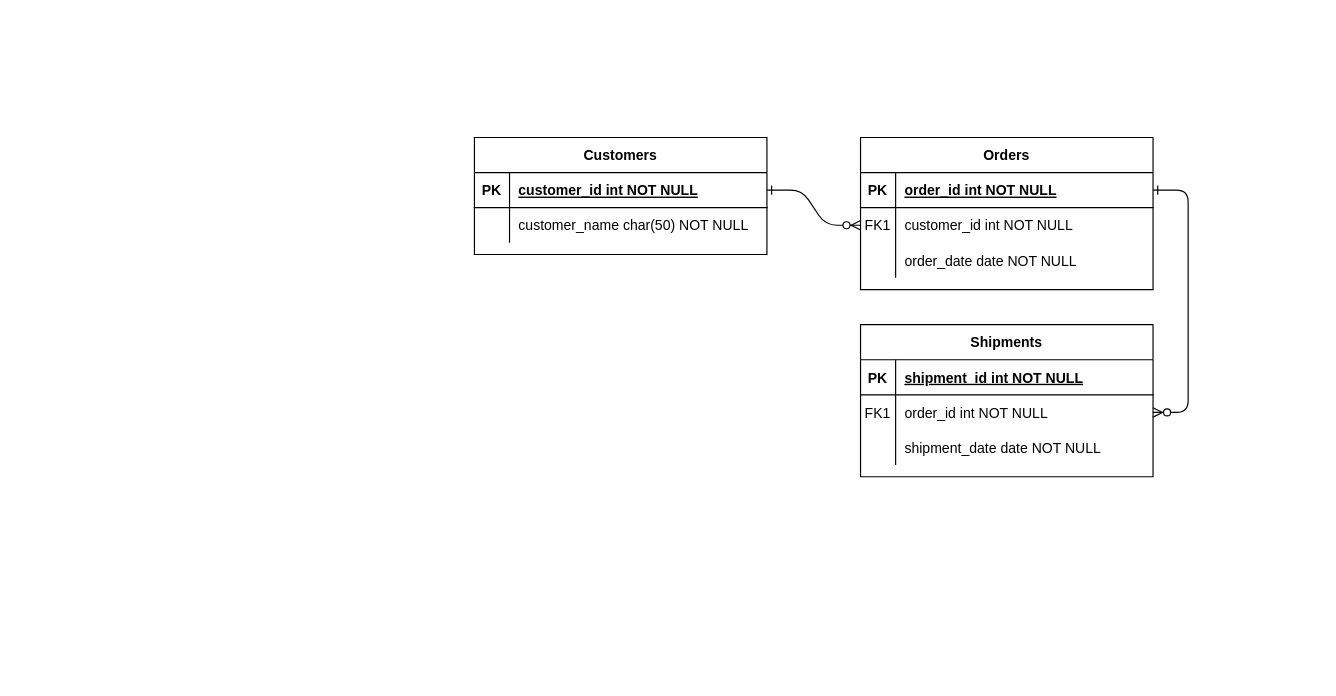
AiperiBaiastanova/test_project keeps this draw.io diagram as Untitled Diagram.drawio. Above is the earlier version. Source tidied: cells renumbered, new cells numbered last; positions are measured from the earlier drawing's top-left corner, leaving out a move shared by most shapes. Both pictures are drawn from the tidied source at 117%, with x=0, y=0 at pixel (474, 137).
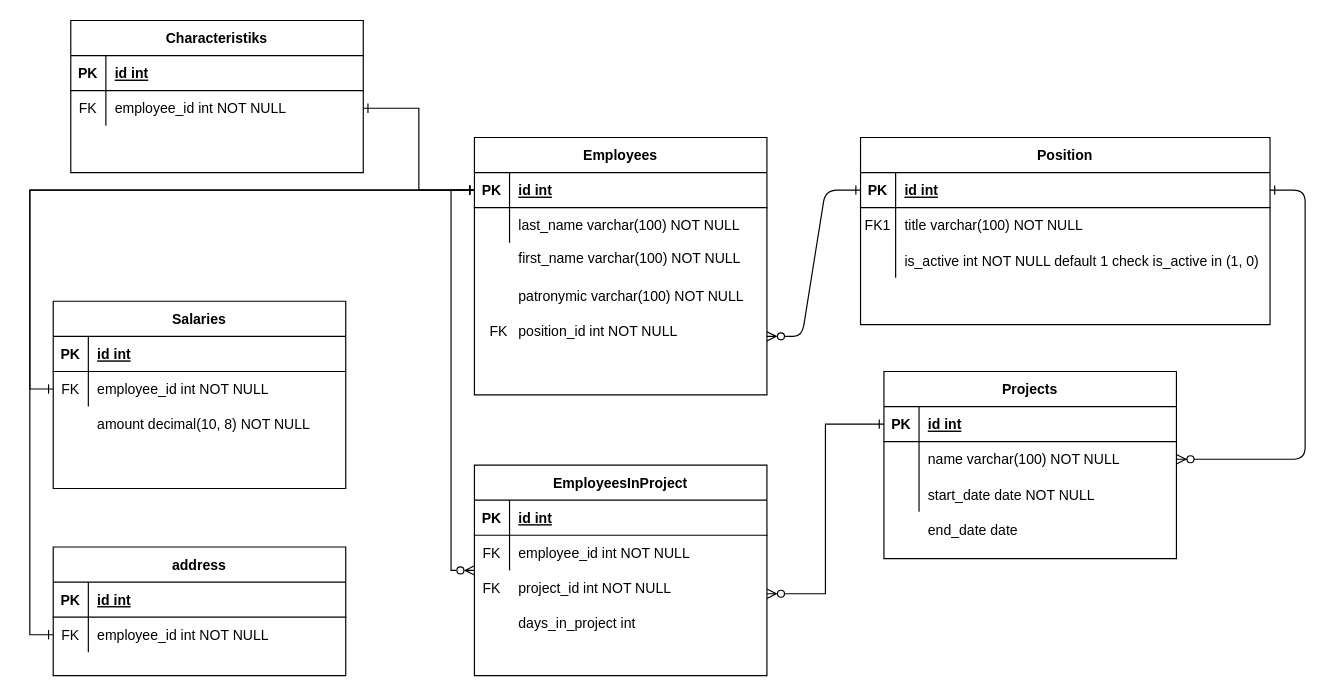
After the change.

The change refers to these unchanged cells:
```xml
<mxCell id="15" style="shape=partialRectangle;fillColor=none;points=[[0,0.5],[1,0.5]];portConstraint=eastwest;top=0;left=0;right=0;bottom=1;" parent="14" vertex="1">
  <mxGeometry y="30" width="250" height="30" as="geometry" />
</mxCell>
<mxCell id="18" style="shape=partialRectangle;fillColor=none;points=[[0,0.5],[1,0.5]];portConstraint=eastwest;top=0;left=0;right=0;bottom=0;" parent="14" vertex="1">
  <mxGeometry y="60" width="250" height="30" as="geometry" />
</mxCell>
<mxCell id="21" style="shape=partialRectangle;fillColor=none;top=0;left=0;right=0;bottom=0;" parent="14" vertex="1">
  <mxGeometry y="90" width="250" height="30" as="geometry" />
</mxCell>
<mxCell id="25" style="shape=partialRectangle;fillColor=none;points=[[0,0.5],[1,0.5]];portConstraint=eastwest;top=0;left=0;right=0;bottom=1;" parent="24" vertex="1">
  <mxGeometry y="30" width="250" height="30" as="geometry" />
</mxCell>
<mxCell id="28" style="shape=partialRectangle;fillColor=none;top=0;left=0;right=0;bottom=0;" parent="24" vertex="1">
  <mxGeometry y="60" width="250" height="30" as="geometry" />
</mxCell>
```

The edit, as a diff of the source:
```diff
@@
-    <mxCell id="2" style="edgeStyle=entityRelationEdgeStyle;endArrow=ERzeroToMany;startArrow=ERone;endFill=1;startFill=0;" parent="1" edge="1" source="25" target="8">
-      <mxGeometry relative="1" as="geometry" />
+    <mxCell id="2" style="edgeStyle=entityRelationEdgeStyle;endArrow=ERone;startArrow=ERzeroToMany;endFill=0;startFill=0;entryX=0;entryY=0.5;entryDx=0;entryDy=0;" parent="1" edge="1" target="5">
+      <mxGeometry relative="1" as="geometry">
+        <mxPoint x="250" y="170" as="sourcePoint" />
+      </mxGeometry>
     </mxCell>
@@
-    <mxCell id="4" value="Orders" style="shape=table;startSize=30;childLayout=tableLayout;rowLines=0;fontStyle=1;align=center;" parent="1" vertex="1">
-      <mxGeometry x="330" width="250" height="130" as="geometry" />
+    <mxCell id="4" value="Position" style="shape=table;startSize=30;childLayout=tableLayout;rowLines=0;fontStyle=1;align=center;" parent="1" vertex="1">
+      <mxGeometry x="330" width="350" height="160" as="geometry" />
     </mxCell>
     <mxCell id="5" style="shape=partialRectangle;fillColor=none;points=[[0,0.5],[1,0.5]];portConstraint=eastwest;top=0;left=0;right=0;bottom=1;" parent="4" vertex="1">
-      <mxGeometry y="30" width="250" height="30" as="geometry" />
+      <mxGeometry y="30" width="350" height="30" as="geometry" />
     </mxCell>
@@
-    <mxCell id="7" value="order_id int NOT NULL " style="shape=partialRectangle;overflow=hidden;fillColor=none;top=0;left=0;bottom=0;right=0;align=left;spacingLeft=6;fontStyle=5;" parent="5" vertex="1">
-      <mxGeometry x="30" width="220" height="30" as="geometry" />
+    <mxCell id="7" value="id int" style="shape=partialRectangle;overflow=hidden;fillColor=none;top=0;left=0;bottom=0;right=0;align=left;spacingLeft=6;fontStyle=5;" parent="5" vertex="1">
+      <mxGeometry x="30" width="320" height="30" as="geometry" />
     </mxCell>
     <mxCell id="8" style="shape=partialRectangle;fillColor=none;points=[[0,0.5],[1,0.5]];portConstraint=eastwest;top=0;left=0;right=0;bottom=0;" parent="4" vertex="1">
-      <mxGeometry y="60" width="250" height="30" as="geometry" />
+      <mxGeometry y="60" width="350" height="30" as="geometry" />
     </mxCell>
@@
-    <mxCell id="10" value="customer_id int NOT NULL" style="shape=partialRectangle;overflow=hidden;fillColor=none;top=0;left=0;bottom=0;right=0;align=left;spacingLeft=6;" parent="8" vertex="1">
-      <mxGeometry x="30" width="220" height="30" as="geometry" />
+    <mxCell id="10" value="title varchar(100) NOT NULL" style="shape=partialRectangle;overflow=hidden;fillColor=none;top=0;left=0;bottom=0;right=0;align=left;spacingLeft=6;" parent="8" vertex="1">
+      <mxGeometry x="30" width="320" height="30" as="geometry" />
     </mxCell>
     <mxCell id="11" style="shape=partialRectangle;fillColor=none;top=0;left=0;right=0;bottom=0;" parent="4" vertex="1">
-      <mxGeometry y="90" width="250" height="30" as="geometry" />
+      <mxGeometry y="90" width="350" height="30" as="geometry" />
     </mxCell>
@@
-    <mxCell id="13" value="order_date date NOT NULL" style="shape=partialRectangle;overflow=hidden;fillColor=none;top=0;left=0;bottom=0;right=0;align=left;spacingLeft=6;" parent="11" vertex="1">
-      <mxGeometry x="30" width="220" height="30" as="geometry" />
+    <mxCell id="13" style="shape=partialRectangle;overflow=hidden;fillColor=none;top=0;left=0;bottom=0;right=0;align=left;spacingLeft=6;" parent="11" vertex="1">
+      <mxGeometry x="30" width="320" height="30" as="geometry" />
     </mxCell>
-    <mxCell id="14" value="Shipments" style="shape=table;startSize=30;childLayout=tableLayout;rowLines=0;fontStyle=1;align=center;" parent="1" vertex="1">
-      <mxGeometry x="330" y="160" width="250" height="130" as="geometry" />
+    <mxCell id="14" value="Projects" style="shape=table;startSize=30;childLayout=tableLayout;rowLines=0;fontStyle=1;align=center;" parent="1" vertex="1">
+      <mxGeometry x="350" y="200" width="250" height="160" as="geometry" />
     </mxCell>
@@
-    <mxCell id="17" value="shipment_id int NOT NULL " style="shape=partialRectangle;overflow=hidden;fillColor=none;top=0;left=0;bottom=0;right=0;align=left;spacingLeft=6;fontStyle=5;" parent="15" vertex="1">
+    <mxCell id="17" value="id int" style="shape=partialRectangle;overflow=hidden;fillColor=none;top=0;left=0;bottom=0;right=0;align=left;spacingLeft=6;fontStyle=5;" parent="15" vertex="1">
       <mxGeometry x="30" width="220" height="30" as="geometry" />
     </mxCell>
@@
-    <mxCell id="19" value="FK1" style="shape=partialRectangle;overflow=hidden;fillColor=none;top=0;left=0;bottom=0;right=0;" parent="18" vertex="1">
+    <mxCell id="19" style="shape=partialRectangle;overflow=hidden;fillColor=none;top=0;left=0;bottom=0;right=0;" parent="18" vertex="1">
       <mxGeometry width="30" height="30" as="geometry" />
     </mxCell>
-    <mxCell id="20" value="order_id int NOT NULL" style="shape=partialRectangle;overflow=hidden;fillColor=none;top=0;left=0;bottom=0;right=0;align=left;spacingLeft=6;" parent="18" vertex="1">
+    <mxCell id="20" value="name varchar(100) NOT NULL" style="shape=partialRectangle;overflow=hidden;fillColor=none;top=0;left=0;bottom=0;right=0;align=left;spacingLeft=6;" parent="18" vertex="1">
       <mxGeometry x="30" width="220" height="30" as="geometry" />
     </mxCell>
@@
-    <mxCell id="23" value="shipment_date date NOT NULL" style="shape=partialRectangle;overflow=hidden;fillColor=none;top=0;left=0;bottom=0;right=0;align=left;spacingLeft=6;" parent="21" vertex="1">
+    <mxCell id="23" value="start_date date NOT NULL" style="shape=partialRectangle;overflow=hidden;fillColor=none;top=0;left=0;bottom=0;right=0;align=left;spacingLeft=6;" parent="21" vertex="1">
       <mxGeometry x="30" width="220" height="30" as="geometry" />
     </mxCell>
-    <mxCell id="24" value="Customers" style="shape=table;startSize=30;childLayout=tableLayout;rowLines=0;fontStyle=1;align=center;" parent="1" vertex="1">
-      <mxGeometry width="250" height="100" as="geometry" />
+    <mxCell id="24" value="Employees" style="shape=table;startSize=30;childLayout=tableLayout;rowLines=0;fontStyle=1;align=center;" parent="1" vertex="1">
+      <mxGeometry width="250" height="220" as="geometry" />
     </mxCell>
@@
-    <mxCell id="27" value="customer_id int NOT NULL " style="shape=partialRectangle;overflow=hidden;fillColor=none;top=0;left=0;bottom=0;right=0;align=left;spacingLeft=6;fontStyle=5;" parent="25" vertex="1">
+    <mxCell id="27" value="id int" style="shape=partialRectangle;overflow=hidden;fillColor=none;top=0;left=0;bottom=0;right=0;align=left;spacingLeft=6;fontStyle=5;" parent="25" vertex="1">
       <mxGeometry x="30" width="220" height="30" as="geometry" />
     </mxCell>
@@
-    <mxCell id="30" value="customer_name char(50) NOT NULL" style="shape=partialRectangle;overflow=hidden;fillColor=none;top=0;left=0;bottom=0;right=0;align=left;spacingLeft=6;" parent="28" vertex="1">
+    <mxCell id="30" value="last_name varchar(100) NOT NULL" style="shape=partialRectangle;overflow=hidden;fillColor=none;top=0;left=0;bottom=0;right=0;align=left;spacingLeft=6;" parent="28" vertex="1">
       <mxGeometry x="30" width="220" height="30" as="geometry" />
     </mxCell>
+    <mxCell id="31" value="first_name varchar(100) NOT NULL" style="text;whiteSpace=wrap;html=1;" parent="1" vertex="1">
+      <mxGeometry x="36" y="90" width="220" height="30" as="geometry" />
+    </mxCell>
+    <mxCell id="32" value="patronymic varchar(100) NOT NULL" style="shape=partialRectangle;overflow=hidden;fillColor=none;top=0;left=0;bottom=0;right=0;align=left;spacingLeft=6;" parent="1" vertex="1">
+      <mxGeometry x="30" y="120" width="210" height="30" as="geometry" />
+    </mxCell>
+    <mxCell id="33" value="position_id int NOT NULL " style="shape=partialRectangle;overflow=hidden;fillColor=none;top=0;left=0;bottom=0;right=0;align=left;spacingLeft=6;" parent="1" vertex="1">
+      <mxGeometry x="30" y="150" width="210" height="30" as="geometry" />
+    </mxCell>
+    <mxCell id="34" value="FK" style="shape=partialRectangle;overflow=hidden;fillColor=none;top=0;left=0;bottom=0;right=0;" parent="1" vertex="1">
+      <mxGeometry x="6" y="150" width="30" height="30" as="geometry" />
+    </mxCell>
+    <mxCell id="35" value="end_date date" style="shape=partialRectangle;overflow=hidden;fillColor=none;top=0;left=0;bottom=0;right=0;align=left;spacingLeft=6;" parent="1" vertex="1">
+      <mxGeometry x="380" y="320" width="220" height="30" as="geometry" />
+    </mxCell>
+    <mxCell id="36" value="EmployeesInProject" style="shape=table;startSize=30;childLayout=tableLayout;rowLines=0;fontStyle=1;align=center;" parent="1" vertex="1">
+      <mxGeometry y="280" width="250" height="180" as="geometry" />
+    </mxCell>
+    <mxCell id="37" style="shape=partialRectangle;fillColor=none;top=0;left=0;right=0;bottom=1;" parent="36" vertex="1">
+      <mxGeometry y="30" width="250" height="30" as="geometry" />
+    </mxCell>
+    <mxCell id="38" value="PK" style="shape=partialRectangle;overflow=hidden;fillColor=none;top=0;left=0;bottom=0;right=0;fontStyle=1;" parent="37" vertex="1">
+      <mxGeometry width="30" height="30" as="geometry" />
+    </mxCell>
+    <mxCell id="39" value="id int" style="shape=partialRectangle;overflow=hidden;fillColor=none;top=0;left=0;bottom=0;right=0;align=left;spacingLeft=6;fontStyle=5;" parent="37" vertex="1">
+      <mxGeometry x="30" width="220" height="30" as="geometry" />
+    </mxCell>
+    <mxCell id="40" style="shape=partialRectangle;fillColor=none;top=0;left=0;right=0;bottom=0;" parent="36" vertex="1">
+      <mxGeometry y="60" width="250" height="30" as="geometry" />
+    </mxCell>
+    <mxCell id="41" value="FK" style="shape=partialRectangle;overflow=hidden;fillColor=none;top=0;left=0;bottom=0;right=0;" parent="40" vertex="1">
+      <mxGeometry width="30" height="30" as="geometry" />
+    </mxCell>
+    <mxCell id="42" value="employee_id int NOT NULL" style="shape=partialRectangle;overflow=hidden;fillColor=none;top=0;left=0;bottom=0;right=0;align=left;spacingLeft=6;" parent="40" vertex="1">
+      <mxGeometry x="30" width="220" height="30" as="geometry" />
+    </mxCell>
+    <mxCell id="43" value="project_id int NOT NULL" style="shape=partialRectangle;overflow=hidden;fillColor=none;top=0;left=0;bottom=0;right=0;align=left;spacingLeft=6;" parent="1" vertex="1">
+      <mxGeometry x="30" y="370" width="220" height="30" as="geometry" />
+    </mxCell>
+    <mxCell id="44" value="FK" style="shape=partialRectangle;overflow=hidden;fillColor=none;top=0;left=0;bottom=0;right=0;" parent="1" vertex="1">
+      <mxGeometry y="370" width="30" height="30" as="geometry" />
+    </mxCell>
+    <mxCell id="45" style="edgeStyle=orthogonalEdgeStyle;rounded=0;jettySize=auto;html=1;exitX=0;exitY=0.5;exitDx=0;exitDy=0;entryX=0;entryY=0.5;entryDx=0;entryDy=0;startArrow=ERone;startFill=0;endArrow=ERzeroToMany;endFill=0;" parent="1" edge="1" source="25" target="36">
+      <mxGeometry relative="1" as="geometry" />
+    </mxCell>
+    <mxCell id="46" style="edgeStyle=orthogonalEdgeStyle;rounded=0;jettySize=auto;html=1;exitX=0;exitY=0.5;exitDx=0;exitDy=0;startArrow=ERone;startFill=0;endArrow=ERzeroToMany;endFill=0;" parent="1" edge="1" source="15">
+      <mxGeometry relative="1" as="geometry">
+        <mxPoint x="250" y="390" as="targetPoint" />
+        <Array as="points">
+          <mxPoint x="300" y="245" />
+          <mxPoint x="300" y="390" />
+        </Array>
+      </mxGeometry>
+    </mxCell>
+    <mxCell id="47" value="days_in_project int" style="shape=partialRectangle;overflow=hidden;fillColor=none;top=0;left=0;bottom=0;right=0;align=left;spacingLeft=6;" parent="1" vertex="1">
+      <mxGeometry x="30" y="400" width="220" height="30" as="geometry" />
+    </mxCell>
+    <mxCell id="48" value="Salaries" style="shape=table;startSize=30;childLayout=tableLayout;rowLines=0;fontStyle=1;align=center;" parent="1" vertex="1">
+      <mxGeometry x="-360" y="140" width="250" height="160" as="geometry" />
+    </mxCell>
+    <mxCell id="49" style="shape=partialRectangle;fillColor=none;top=0;left=0;right=0;bottom=1;" parent="48" vertex="1">
+      <mxGeometry y="30" width="250" height="30" as="geometry" />
+    </mxCell>
+    <mxCell id="50" value="PK" style="shape=partialRectangle;overflow=hidden;fillColor=none;top=0;left=0;bottom=0;right=0;fontStyle=1;" parent="49" vertex="1">
+      <mxGeometry width="30" height="30" as="geometry" />
+    </mxCell>
+    <mxCell id="51" value="id int" style="shape=partialRectangle;overflow=hidden;fillColor=none;top=0;left=0;bottom=0;right=0;align=left;spacingLeft=6;fontStyle=5;" parent="49" vertex="1">
+      <mxGeometry x="30" width="220" height="30" as="geometry" />
+    </mxCell>
+    <mxCell id="52" style="shape=partialRectangle;fillColor=none;points=[[0,0.5],[1,0.5]];portConstraint=eastwest;top=0;left=0;right=0;bottom=0;" parent="48" vertex="1">
+      <mxGeometry y="60" width="250" height="30" as="geometry" />
+    </mxCell>
+    <mxCell id="53" value="FK" style="shape=partialRectangle;overflow=hidden;fillColor=none;top=0;left=0;bottom=0;right=0;" parent="52" vertex="1">
+      <mxGeometry width="30" height="30" as="geometry" />
+    </mxCell>
+    <mxCell id="54" value="employee_id int NOT NULL" style="shape=partialRectangle;overflow=hidden;fillColor=none;top=0;left=0;bottom=0;right=0;align=left;spacingLeft=6;" parent="52" vertex="1">
+      <mxGeometry x="30" width="220" height="30" as="geometry" />
+    </mxCell>
+    <mxCell id="55" value="amount decimal(10, 8) NOT NULL" style="shape=partialRectangle;overflow=hidden;fillColor=none;top=0;left=0;bottom=0;right=0;align=left;spacingLeft=6;" parent="1" vertex="1">
+      <mxGeometry x="-330" y="230" width="220" height="30" as="geometry" />
+    </mxCell>
+    <mxCell id="56" style="shape=partialRectangle;overflow=hidden;fillColor=none;top=0;left=0;bottom=0;right=0;align=left;spacingLeft=6;" parent="1" vertex="1">
+      <mxGeometry x="-330" y="260" width="220" height="30" as="geometry" />
+    </mxCell>
+    <mxCell id="57" style="edgeStyle=orthogonalEdgeStyle;rounded=0;jettySize=auto;html=1;entryX=0;entryY=0.5;entryDx=0;entryDy=0;startArrow=ERone;startFill=0;endArrow=ERone;endFill=0;" parent="1" edge="1" source="25" target="52">
+      <mxGeometry relative="1" as="geometry" />
+    </mxCell>
+    <mxCell id="58" value="address" style="shape=table;startSize=30;childLayout=tableLayout;rowLines=0;fontStyle=1;align=center;" parent="1" vertex="1">
+      <mxGeometry x="-360" y="350" width="250" height="110" as="geometry" />
+    </mxCell>
+    <mxCell id="59" style="shape=partialRectangle;fillColor=none;top=0;left=0;right=0;bottom=1;" parent="58" vertex="1">
+      <mxGeometry y="30" width="250" height="30" as="geometry" />
+    </mxCell>
+    <mxCell id="60" value="PK" style="shape=partialRectangle;overflow=hidden;fillColor=none;top=0;left=0;bottom=0;right=0;fontStyle=1;" parent="59" vertex="1">
+      <mxGeometry width="30" height="30" as="geometry" />
+    </mxCell>
+    <mxCell id="61" value="id int" style="shape=partialRectangle;overflow=hidden;fillColor=none;top=0;left=0;bottom=0;right=0;align=left;spacingLeft=6;fontStyle=5;" parent="59" vertex="1">
+      <mxGeometry x="30" width="220" height="30" as="geometry" />
+    </mxCell>
+    <mxCell id="62" style="shape=partialRectangle;fillColor=none;points=[[0,0.5],[1,0.5]];portConstraint=eastwest;top=0;left=0;right=0;bottom=0;" parent="58" vertex="1">
+      <mxGeometry y="60" width="250" height="30" as="geometry" />
+    </mxCell>
+    <mxCell id="63" value="FK" style="shape=partialRectangle;overflow=hidden;fillColor=none;top=0;left=0;bottom=0;right=0;" parent="62" vertex="1">
+      <mxGeometry width="30" height="30" as="geometry" />
+    </mxCell>
+    <mxCell id="64" value="employee_id int NOT NULL" style="shape=partialRectangle;overflow=hidden;fillColor=none;top=0;left=0;bottom=0;right=0;align=left;spacingLeft=6;" parent="62" vertex="1">
+      <mxGeometry x="30" width="220" height="30" as="geometry" />
+    </mxCell>
+    <mxCell id="65" style="edgeStyle=orthogonalEdgeStyle;rounded=0;jettySize=auto;html=1;entryX=0;entryY=0.5;entryDx=0;entryDy=0;startArrow=ERone;startFill=0;endArrow=ERone;endFill=0;" parent="1" edge="1" source="25" target="62">
+      <mxGeometry relative="1" as="geometry">
+        <Array as="points">
+          <mxPoint x="-380" y="45" />
+          <mxPoint x="-380" y="425" />
+        </Array>
+      </mxGeometry>
+    </mxCell>
+    <mxCell id="66" value="is_active int NOT NULL default 1 check is_active in (1, 0)" style="shape=partialRectangle;overflow=hidden;fillColor=none;top=0;left=0;bottom=0;right=0;align=left;spacingLeft=6;" parent="1" vertex="1">
+      <mxGeometry x="360" y="90" width="320" height="30" as="geometry" />
+    </mxCell>
+    <mxCell id="67" value="Characteristiks" style="shape=table;startSize=30;childLayout=tableLayout;rowLines=0;fontStyle=1;align=center;" parent="1" vertex="1">
+      <mxGeometry x="-345" y="-100" width="250" height="130" as="geometry" />
+    </mxCell>
+    <mxCell id="68" style="shape=partialRectangle;fillColor=none;top=0;left=0;right=0;bottom=1;" parent="67" vertex="1">
+      <mxGeometry y="30" width="250" height="30" as="geometry" />
+    </mxCell>
+    <mxCell id="69" value="PK" style="shape=partialRectangle;overflow=hidden;fillColor=none;top=0;left=0;bottom=0;right=0;fontStyle=1;" parent="68" vertex="1">
+      <mxGeometry width="30" height="30" as="geometry" />
+    </mxCell>
+    <mxCell id="70" value="id int" style="shape=partialRectangle;overflow=hidden;fillColor=none;top=0;left=0;bottom=0;right=0;align=left;spacingLeft=6;fontStyle=5;" parent="68" vertex="1">
+      <mxGeometry x="30" width="220" height="30" as="geometry" />
+    </mxCell>
+    <mxCell id="71" style="shape=partialRectangle;fillColor=none;points=[[0,0.5],[1,0.5]];portConstraint=eastwest;top=0;left=0;right=0;bottom=0;" parent="67" vertex="1">
+      <mxGeometry y="60" width="250" height="30" as="geometry" />
+    </mxCell>
+    <mxCell id="72" value="FK" style="shape=partialRectangle;overflow=hidden;fillColor=none;top=0;left=0;bottom=0;right=0;" parent="71" vertex="1">
+      <mxGeometry width="30" height="30" as="geometry" />
+    </mxCell>
+    <mxCell id="73" value="employee_id int NOT NULL" style="shape=partialRectangle;overflow=hidden;fillColor=none;top=0;left=0;bottom=0;right=0;align=left;spacingLeft=6;" parent="71" vertex="1">
+      <mxGeometry x="30" width="220" height="30" as="geometry" />
+    </mxCell>
+    <mxCell id="74" style="edgeStyle=orthogonalEdgeStyle;rounded=0;jettySize=auto;html=1;entryX=1;entryY=0.5;entryDx=0;entryDy=0;startArrow=ERone;startFill=0;endArrow=ERone;endFill=0;" parent="1" edge="1" source="25" target="71">
+      <mxGeometry relative="1" as="geometry" />
+    </mxCell>
```
